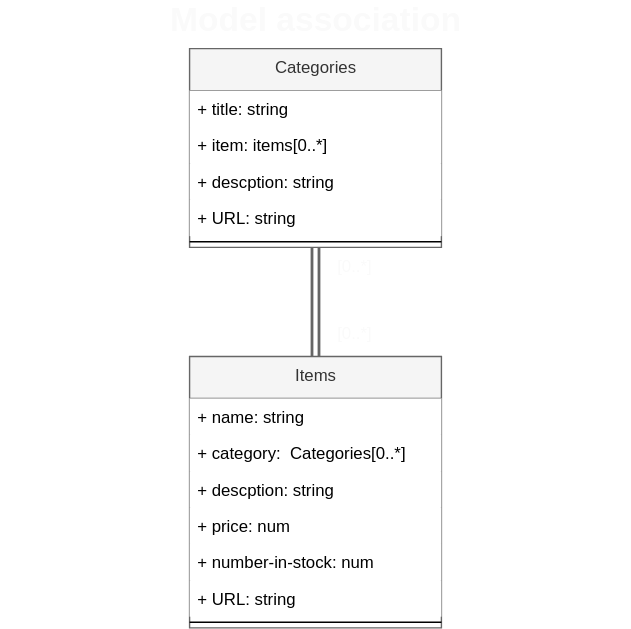
The draw.io diagram public/diagrams/models-uml-association.drawio.svg in DanishKodeMonkey/odin-inventory-application-postgreSQL, before a commit. Source tidied: cells renumbered, new cells last; positions are measured from the earlier drawing's top-left corner, leaving out a move shared by most shapes.
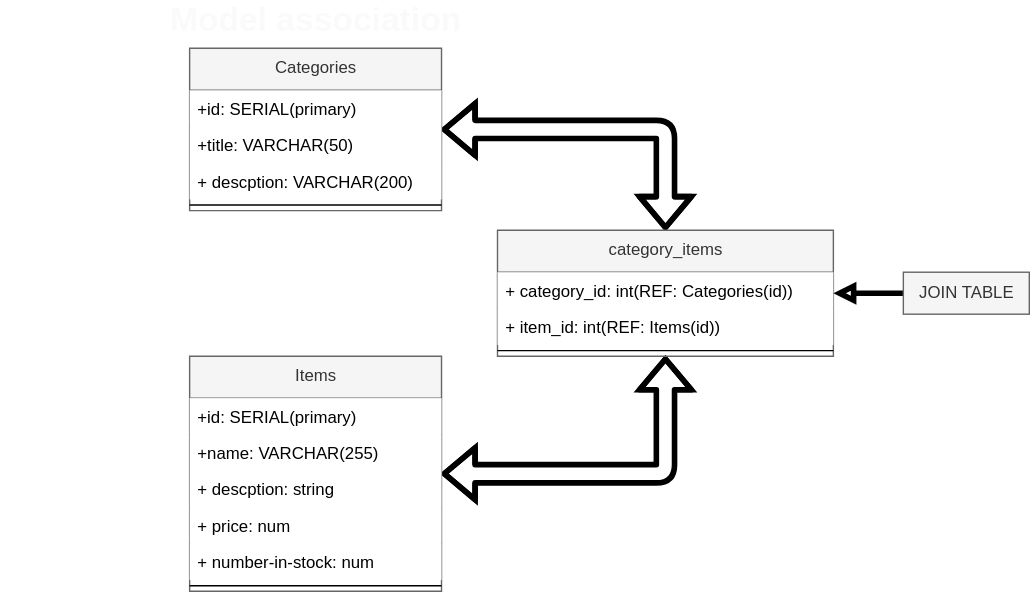
Above is the later version.

Commit message:
update readme with postgreSQL relevancy

What changed in the source:
```diff
@@ -2,34 +2,42 @@
   <root>
     <mxCell id="0" />
     <mxCell id="1" parent="0" />
-    <mxCell id="2" style="edgeStyle=none;html=1;entryX=0.5;entryY=0;entryDx=0;entryDy=0;shape=link;shadow=0;fillColor=#f5f5f5;gradientColor=#b3b3b3;strokeColor=#666666;strokeWidth=2;" parent="1" edge="1" source="3" target="9">
-      <mxGeometry relative="1" as="geometry" />
-    </mxCell>
+    <mxCell id="20" style="edgeStyle=none;shape=flexArrow;html=1;exitX=1;exitY=0.5;exitDx=0;exitDy=0;entryX=0.5;entryY=0;entryDx=0;entryDy=0;strokeWidth=4;startArrow=block;" parent="1" edge="1" source="3" target="22">
+      <mxGeometry relative="1" as="geometry">
+        <Array as="points">
+          <mxPoint x="475" y="88" />
+        </Array>
+      </mxGeometry>
+    </mxCell>
     <mxCell id="3" value="Categories&lt;br&gt;" style="swimlane;fontStyle=0;align=center;verticalAlign=top;horizontal=1;startSize=30;html=1;fillColor=#f5f5f5;strokeColor=#666666;fontColor=#333333;" parent="1" vertex="1">
-      <mxGeometry x="135" y="30" width="180" height="142" as="geometry" />
+      <mxGeometry x="135" y="30" width="180" height="116" as="geometry" />
     </mxCell>
-    <mxCell id="4" value="+ title: string" style="text;strokeColor=none;fillColor=default;align=left;verticalAlign=top;spacingLeft=4;spacingRight=4;overflow=hidden;" parent="3" vertex="1">
+    <mxCell id="4" value="+id: SERIAL(primary)" style="text;strokeColor=none;fillColor=default;align=left;verticalAlign=top;spacingLeft=4;spacingRight=4;overflow=hidden;" parent="3" vertex="1">
       <mxGeometry y="30" width="180" height="26" as="geometry" />
     </mxCell>
-    <mxCell id="5" value="+ item: items[0..*]" style="text;strokeColor=none;fillColor=default;align=left;verticalAlign=top;spacingLeft=4;spacingRight=4;overflow=hidden;" parent="3" vertex="1">
+    <mxCell id="5" value="+title: VARCHAR(50)" style="text;strokeColor=none;fillColor=default;align=left;verticalAlign=top;spacingLeft=4;spacingRight=4;overflow=hidden;" parent="3" vertex="1">
       <mxGeometry y="56" width="180" height="26" as="geometry" />
     </mxCell>
-    <mxCell id="6" value="+ descption: string" style="text;strokeColor=none;fillColor=default;align=left;verticalAlign=top;spacingLeft=4;spacingRight=4;overflow=hidden;" parent="3" vertex="1">
+    <mxCell id="6" value="+ descption: VARCHAR(200)" style="text;strokeColor=none;fillColor=default;align=left;verticalAlign=top;spacingLeft=4;spacingRight=4;overflow=hidden;" parent="3" vertex="1">
       <mxGeometry y="82" width="180" height="26" as="geometry" />
     </mxCell>
-    <mxCell id="7" value="+ URL: string" style="text;strokeColor=none;fillColor=default;align=left;verticalAlign=top;spacingLeft=4;spacingRight=4;overflow=hidden;" parent="3" vertex="1">
-      <mxGeometry y="108" width="180" height="26" as="geometry" />
-    </mxCell>
     <mxCell id="8" style="line;strokeWidth=1;fillColor=none;align=left;verticalAlign=middle;spacingTop=-1;spacingLeft=3;spacingRight=3;labelPosition=right;" parent="3" vertex="1">
-      <mxGeometry y="134" width="180" height="8" as="geometry" />
+      <mxGeometry y="108" width="180" height="8" as="geometry" />
     </mxCell>
+    <mxCell id="21" style="edgeStyle=none;html=1;exitX=1;exitY=0.5;exitDx=0;exitDy=0;entryX=0.5;entryY=1;entryDx=0;entryDy=0;shape=flexArrow;startArrow=block;strokeWidth=4;" parent="1" edge="1" source="9" target="22">
+      <mxGeometry relative="1" as="geometry">
+        <Array as="points">
+          <mxPoint x="475" y="334" />
+        </Array>
+      </mxGeometry>
+    </mxCell>
     <mxCell id="9" value="Items" style="swimlane;fontStyle=0;align=center;verticalAlign=top;horizontal=1;startSize=30;html=1;fillColor=#f5f5f5;strokeColor=#666666;fontColor=#333333;" parent="1" vertex="1">
-      <mxGeometry x="135" y="250" width="180" height="194" as="geometry" />
+      <mxGeometry x="135" y="250" width="180" height="168" as="geometry" />
     </mxCell>
-    <mxCell id="10" value="+ name: string" style="text;strokeColor=none;fillColor=default;align=left;verticalAlign=top;spacingLeft=4;spacingRight=4;overflow=hidden;" parent="9" vertex="1">
+    <mxCell id="10" value="+id: SERIAL(primary)" style="text;strokeColor=none;fillColor=default;align=left;verticalAlign=top;spacingLeft=4;spacingRight=4;overflow=hidden;" parent="9" vertex="1">
       <mxGeometry y="30" width="180" height="26" as="geometry" />
     </mxCell>
-    <mxCell id="11" value="+ category:  Categories[0..*]" style="text;strokeColor=none;fillColor=default;align=left;verticalAlign=top;spacingLeft=4;spacingRight=4;overflow=hidden;" parent="9" vertex="1">
+    <mxCell id="11" value="+name: VARCHAR(255)" style="text;strokeColor=none;fillColor=default;align=left;verticalAlign=top;spacingLeft=4;spacingRight=4;overflow=hidden;" parent="9" vertex="1">
       <mxGeometry y="56" width="180" height="26" as="geometry" />
     </mxCell>
     <mxCell id="12" value="+ descption: string" style="text;strokeColor=none;fillColor=default;align=left;verticalAlign=top;spacingLeft=4;spacingRight=4;overflow=hidden;" parent="9" vertex="1">
@@ -41,20 +49,29 @@
     <mxCell id="14" value="+ number-in-stock: num" style="text;strokeColor=none;fillColor=default;align=left;verticalAlign=top;spacingLeft=4;spacingRight=4;overflow=hidden;" parent="9" vertex="1">
       <mxGeometry y="134" width="180" height="26" as="geometry" />
     </mxCell>
-    <mxCell id="15" value="+ URL: string" style="text;strokeColor=none;fillColor=default;align=left;verticalAlign=top;spacingLeft=4;spacingRight=4;overflow=hidden;" parent="9" vertex="1">
-      <mxGeometry y="160" width="180" height="26" as="geometry" />
-    </mxCell>
     <mxCell id="16" style="line;strokeWidth=1;fillColor=none;align=left;verticalAlign=middle;spacingTop=-1;spacingLeft=3;spacingRight=3;labelPosition=right;" parent="9" vertex="1">
-      <mxGeometry y="186" width="180" height="8" as="geometry" />
+      <mxGeometry y="160" width="180" height="8" as="geometry" />
     </mxCell>
-    <mxCell id="17" value="[0..*]" style="text;fillColor=none;spacingLeft=4;spacingRight=4;overflow=hidden;fontSize=12;fontColor=#FAFAFA;strokeColor=none;" parent="1" vertex="1">
-      <mxGeometry x="235" y="220" width="40" height="30" as="geometry" />
-    </mxCell>
-    <mxCell id="18" value="[0..*]" style="text;fillColor=none;spacingLeft=4;spacingRight=4;overflow=hidden;fontSize=12;fontColor=#FAFAFA;strokeColor=none;" parent="1" vertex="1">
-      <mxGeometry x="235" y="172" width="40" height="30" as="geometry" />
-    </mxCell>
     <mxCell id="19" value="Model association" style="text;strokeColor=none;fillColor=none;html=1;fontSize=24;fontStyle=1;verticalAlign=middle;align=center;fontColor=#FAFAFA;" parent="1" vertex="1">
       <mxGeometry width="450" height="20" as="geometry" />
     </mxCell>
+    <mxCell id="22" value="category_items" style="swimlane;fontStyle=0;align=center;verticalAlign=top;horizontal=1;startSize=30;html=1;fillColor=#f5f5f5;strokeColor=#666666;fontColor=#333333;" parent="1" vertex="1">
+      <mxGeometry x="355" y="160" width="240" height="90" as="geometry" />
+    </mxCell>
+    <mxCell id="23" value="+ category_id: int(REF: Categories(id))" style="text;strokeColor=none;fillColor=default;align=left;verticalAlign=top;spacingLeft=4;spacingRight=4;overflow=hidden;" parent="22" vertex="1">
+      <mxGeometry y="30" width="240" height="26" as="geometry" />
+    </mxCell>
+    <mxCell id="24" value="+ item_id: int(REF: Items(id))" style="text;strokeColor=none;fillColor=default;align=left;verticalAlign=top;spacingLeft=4;spacingRight=4;overflow=hidden;" parent="22" vertex="1">
+      <mxGeometry y="56" width="240" height="26" as="geometry" />
+    </mxCell>
+    <mxCell id="25" style="line;strokeWidth=1;fillColor=none;align=left;verticalAlign=middle;spacingTop=-1;spacingLeft=3;spacingRight=3;labelPosition=right;" parent="22" vertex="1">
+      <mxGeometry y="82" width="240" height="8" as="geometry" />
+    </mxCell>
+    <mxCell id="26" style="edgeStyle=none;html=1;entryX=1;entryY=0.5;entryDx=0;entryDy=0;strokeWidth=4;startArrow=none;endArrow=block;endFill=0;startFill=0;" parent="1" edge="1" source="27" target="22">
+      <mxGeometry relative="1" as="geometry" />
+    </mxCell>
+    <mxCell id="27" value="JOIN TABLE" style="text;html=1;align=center;verticalAlign=middle;points=[];strokeColor=#666666;fillColor=#f5f5f5;fontColor=#333333;" parent="1" vertex="1">
+      <mxGeometry x="645" y="190" width="90" height="30" as="geometry" />
+    </mxCell>
   </root>
 </mxGraphModel>
```
